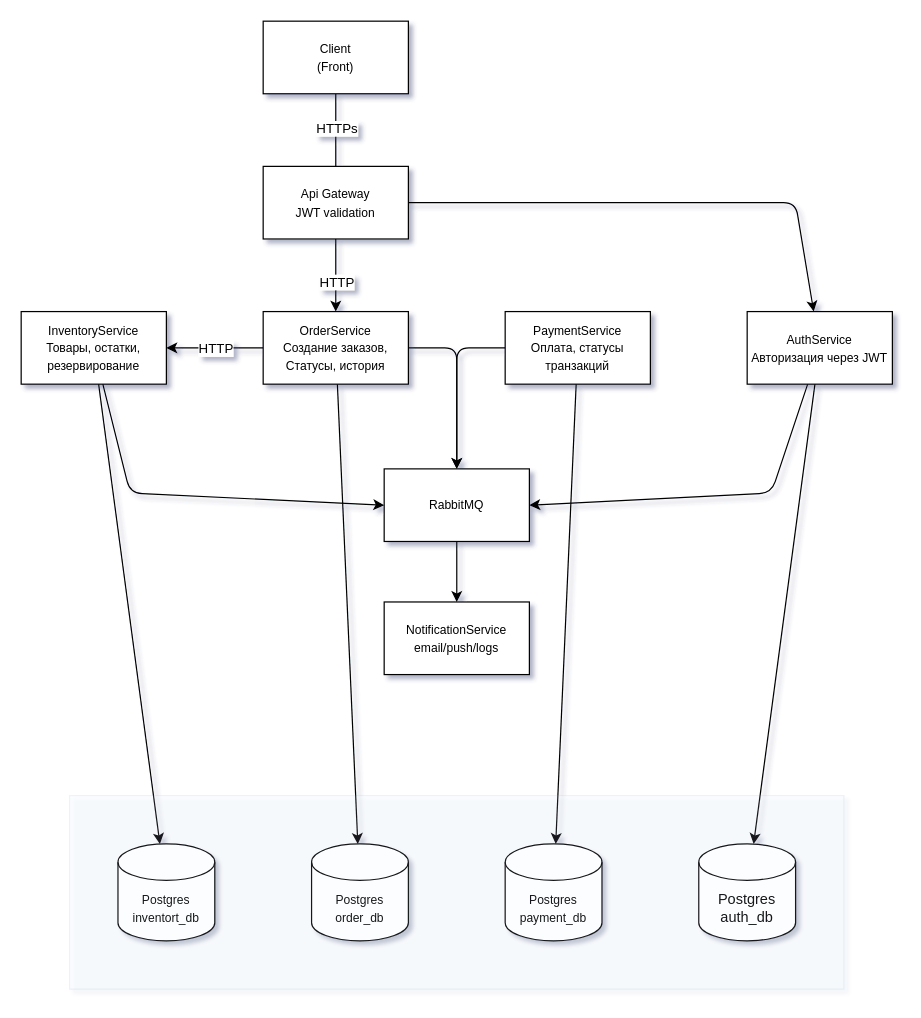
The draw.io diagram roadmap.drawio in sergiuscain/order-platform-infra, before the edit. Source tidied: cells renumbered, new cells numbered last; positions are measured from the earlier drawing's top-left corner, leaving out a move shared by most shapes. Both pictures are drawn from the tidied source at 121%, with x=0, y=0 at pixel (21, 21).
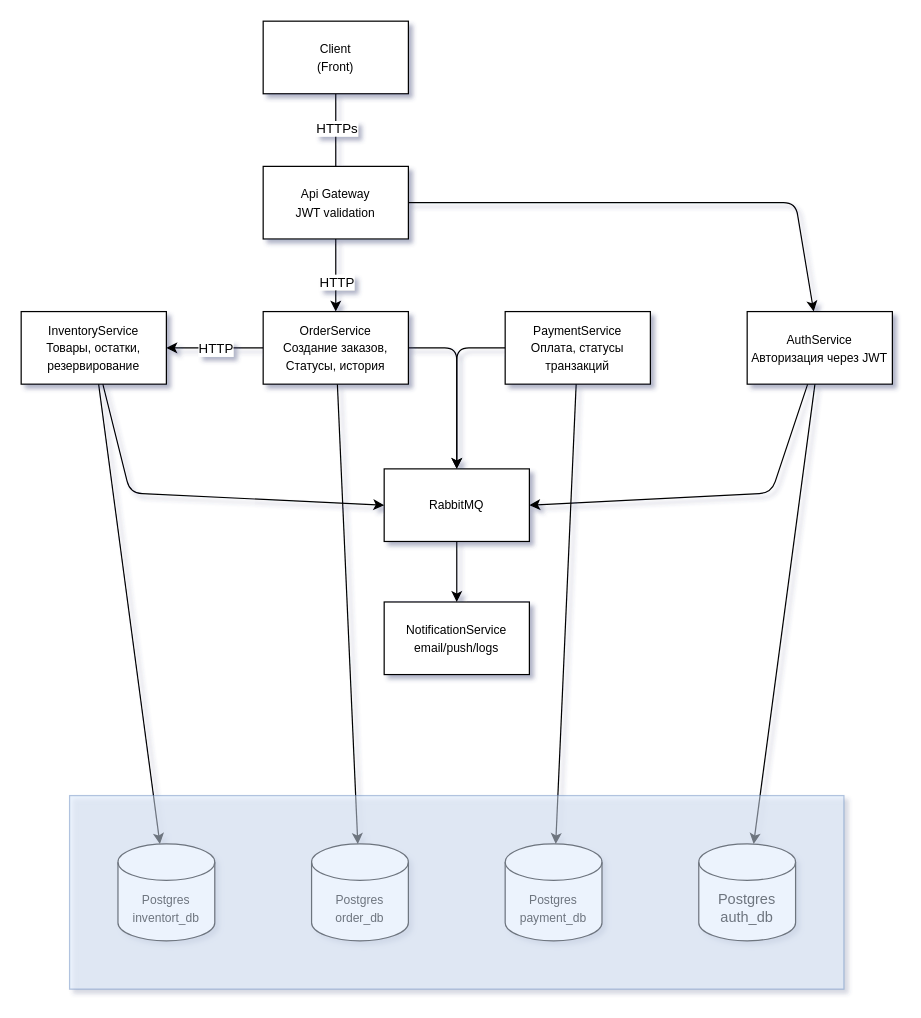
After the change.

Diff of the diagram source:
```diff
@@
-    <mxCell id="30" style="rounded=0;whiteSpace=wrap;html=1;strokeColor=#6c8ebf;opacity=10;glass=0;shadow=0;align=center;fillColor=#dae8fc;" parent="1" vertex="1">
+    <mxCell id="30" style="rounded=0;whiteSpace=wrap;html=1;strokeColor=#6c8ebf;opacity=50;glass=0;shadow=0;align=center;fillColor=#dae8fc;" parent="1" vertex="1">
       <mxGeometry x="40" y="640" width="640" height="160" as="geometry" />
     </mxCell>
```
